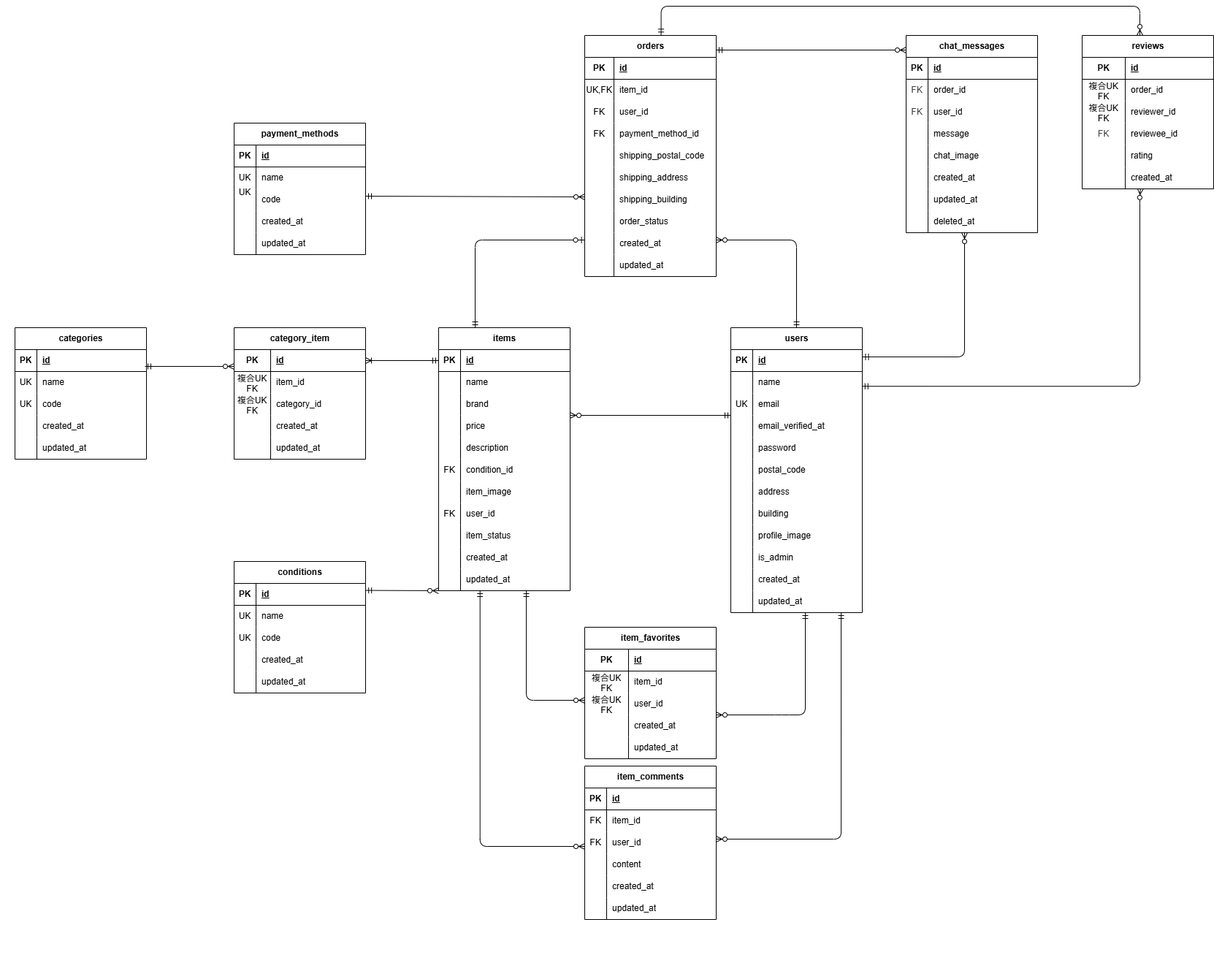
Earlier version of the draw.io export er.drawio.png (kawamata-natsuki/coachtech-flea). Source tidied: cells renumbered, new cells last; positions are measured from the earlier drawing's top-left corner, leaving out a move shared by most shapes.
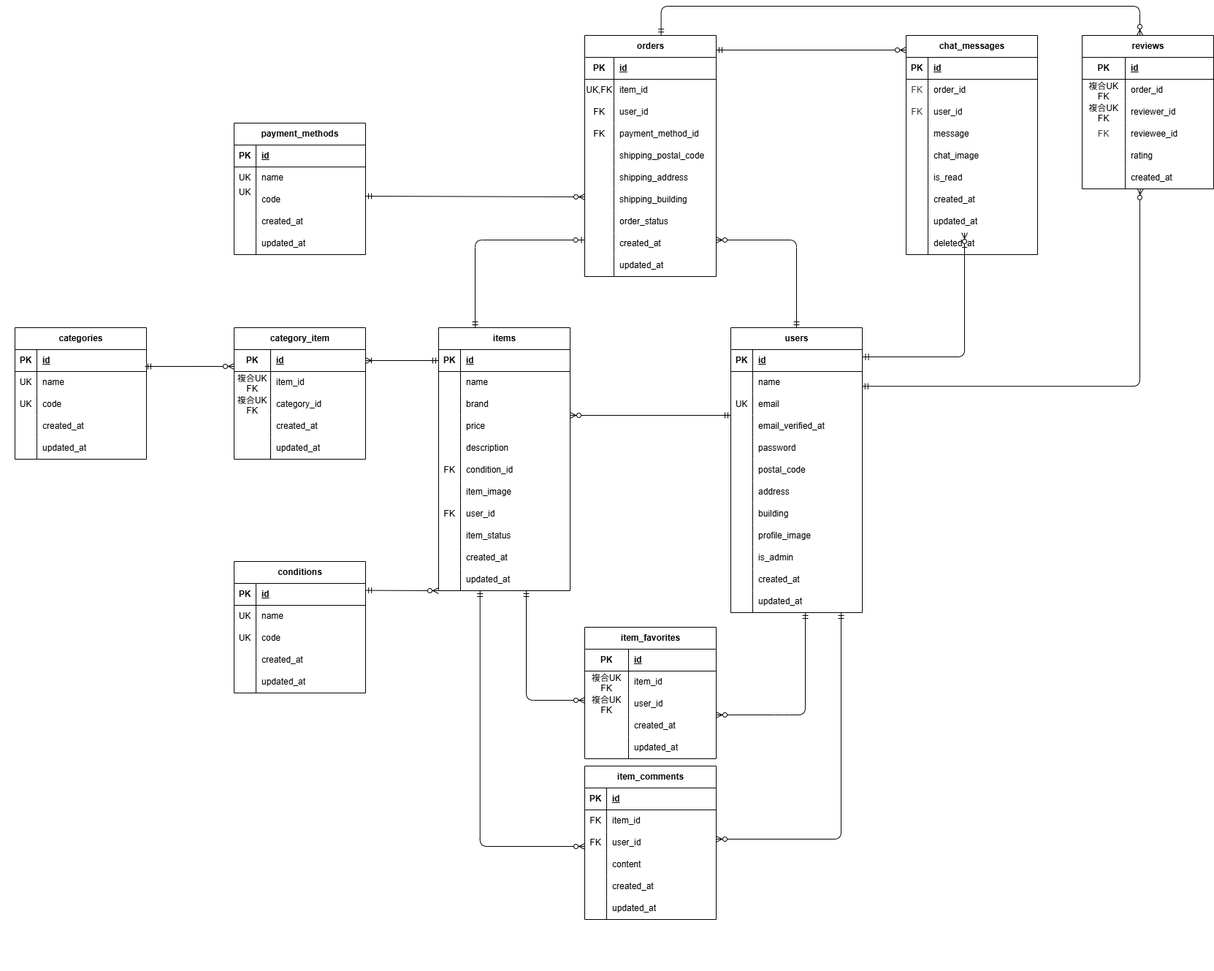
Above is the later version.

Commit message:
add: chat_messagesテーブルにis_readカラム追加

Diff of the diagram source:
```diff
@@ -700,7 +700,7 @@
       <mxGeometry x="320" y="850" width="30" height="30" as="geometry" />
     </mxCell>
     <mxCell id="220" value="chat_messages" style="shape=table;startSize=30;rowLines=0;fontStyle=1;align=center;html=1;" parent="1" vertex="1">
-      <mxGeometry x="1240" y="40" width="180" height="270" as="geometry" />
+      <mxGeometry x="1240" y="40" width="180" height="300" as="geometry" />
     </mxCell>
     <mxCell id="221" style="shape=tableRow;horizontal=0;startSize=0;swimlaneHead=0;swimlaneBody=0;fillColor=none;top=0;left=0;right=0;bottom=1;" parent="220" vertex="1">
       <mxGeometry y="30" width="180" height="30" as="geometry" />
@@ -753,7 +753,7 @@
     <mxCell id="237" style="shape=partialRectangle;fillColor=none;top=0;left=0;bottom=0;right=0;overflow=hidden;whiteSpace=wrap;html=1;" parent="236" vertex="1">
       <mxGeometry width="30" height="30" as="geometry" />
     </mxCell>
-    <mxCell id="238" value="created_at" style="shape=partialRectangle;fillColor=none;top=0;left=0;bottom=0;right=0;align=left;spacingLeft=6;overflow=hidden;whiteSpace=wrap;html=1;" parent="236" vertex="1">
+    <mxCell id="238" value="is_read" style="shape=partialRectangle;fillColor=none;top=0;left=0;bottom=0;right=0;align=left;spacingLeft=6;overflow=hidden;whiteSpace=wrap;html=1;" parent="236" vertex="1">
       <mxGeometry x="30" width="150" height="30" as="geometry" />
     </mxCell>
     <mxCell id="239" style="shape=tableRow;horizontal=0;startSize=0;swimlaneHead=0;swimlaneBody=0;fillColor=none;top=0;left=0;right=0;bottom=0;" parent="220" vertex="1">
@@ -762,7 +762,7 @@
     <mxCell id="240" style="shape=partialRectangle;fillColor=none;top=0;left=0;bottom=0;right=0;overflow=hidden;whiteSpace=wrap;html=1;" parent="239" vertex="1">
       <mxGeometry width="30" height="30" as="geometry" />
     </mxCell>
-    <mxCell id="241" value="updated_at" style="shape=partialRectangle;fillColor=none;top=0;left=0;bottom=0;right=0;align=left;spacingLeft=6;overflow=hidden;whiteSpace=wrap;html=1;" parent="239" vertex="1">
+    <mxCell id="241" value="&lt;span style=&quot;color: rgb(0, 0, 0);&quot;&gt;created_at&lt;/span&gt;" style="shape=partialRectangle;fillColor=none;top=0;left=0;bottom=0;right=0;align=left;spacingLeft=6;overflow=hidden;whiteSpace=wrap;html=1;" parent="239" vertex="1">
       <mxGeometry x="30" width="150" height="30" as="geometry" />
     </mxCell>
     <mxCell id="242" style="shape=tableRow;horizontal=0;startSize=0;swimlaneHead=0;swimlaneBody=0;fillColor=none;points=[[0,0.5],[1,0.5]];portConstraint=eastwest;top=0;left=0;right=0;bottom=0;" parent="220" vertex="1">
@@ -771,9 +771,18 @@
     <mxCell id="243" style="shape=partialRectangle;fillColor=none;top=0;left=0;bottom=0;right=0;overflow=hidden;whiteSpace=wrap;html=1;" parent="242" vertex="1">
       <mxGeometry width="30" height="30" as="geometry" />
     </mxCell>
-    <mxCell id="244" value="deleted_at" style="shape=partialRectangle;fillColor=none;top=0;left=0;bottom=0;right=0;align=left;spacingLeft=6;overflow=hidden;whiteSpace=wrap;html=1;" parent="242" vertex="1">
+    <mxCell id="244" value="&lt;span style=&quot;color: rgb(0, 0, 0);&quot;&gt;updated_at&lt;/span&gt;" style="shape=partialRectangle;fillColor=none;top=0;left=0;bottom=0;right=0;align=left;spacingLeft=6;overflow=hidden;whiteSpace=wrap;html=1;" parent="242" vertex="1">
       <mxGeometry x="30" width="150" height="30" as="geometry" />
     </mxCell>
+    <mxCell id="268" style="shape=tableRow;horizontal=0;startSize=0;swimlaneHead=0;swimlaneBody=0;fillColor=none;top=0;left=0;right=0;bottom=0;" parent="220" vertex="1">
+      <mxGeometry y="270" width="180" height="30" as="geometry" />
+    </mxCell>
+    <mxCell id="269" style="shape=partialRectangle;fillColor=none;top=0;left=0;bottom=0;right=0;overflow=hidden;whiteSpace=wrap;html=1;" parent="268" vertex="1">
+      <mxGeometry width="30" height="30" as="geometry" />
+    </mxCell>
+    <mxCell id="270" value="deleted_at" style="shape=partialRectangle;fillColor=none;top=0;left=0;bottom=0;right=0;align=left;spacingLeft=6;overflow=hidden;whiteSpace=wrap;html=1;" parent="268" vertex="1">
+      <mxGeometry x="30" width="150" height="30" as="geometry" />
+    </mxCell>
     <mxCell id="245" value="reviews" style="shape=table;startSize=30;rowLines=0;fontStyle=1;align=center;html=1;" parent="1" vertex="1">
       <mxGeometry x="1481" y="40" width="180" height="210" as="geometry" />
     </mxCell>
```
